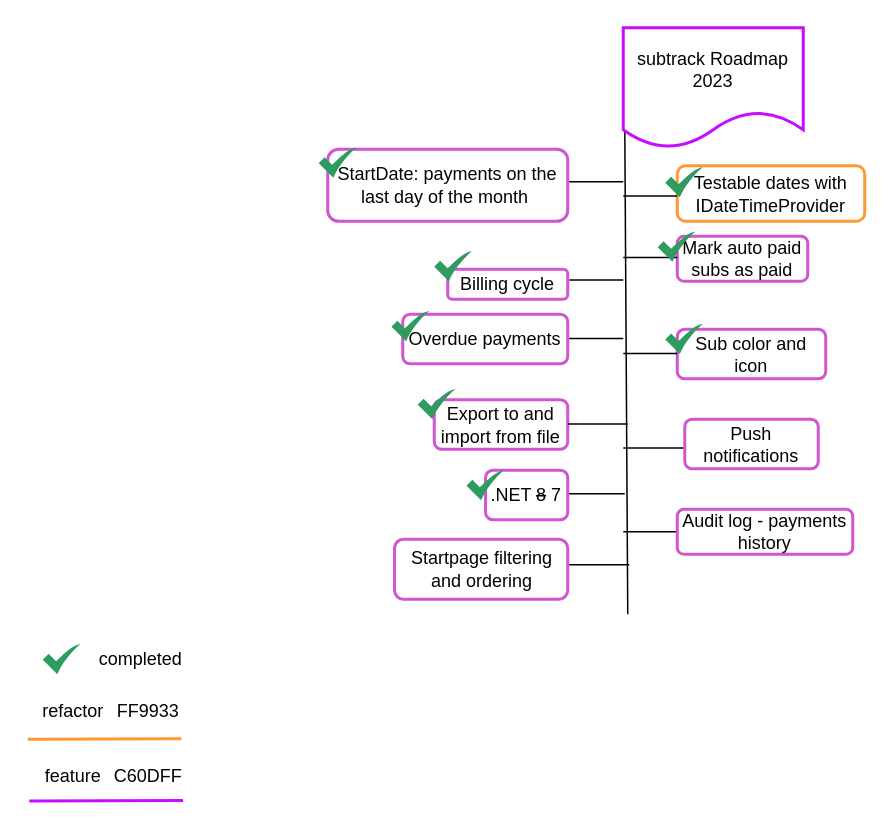
Above: docs/roadmap.drawio in Code2Gether-Discord/subtrack (draw.io), before the change. Source tidied: cells renumbered, new cells numbered last; positions are measured from the earlier drawing's top-left corner, leaving out a move shared by most shapes. Both pictures are drawn from the tidied source at 150%, with x=0, y=0 at pixel (27, 27).
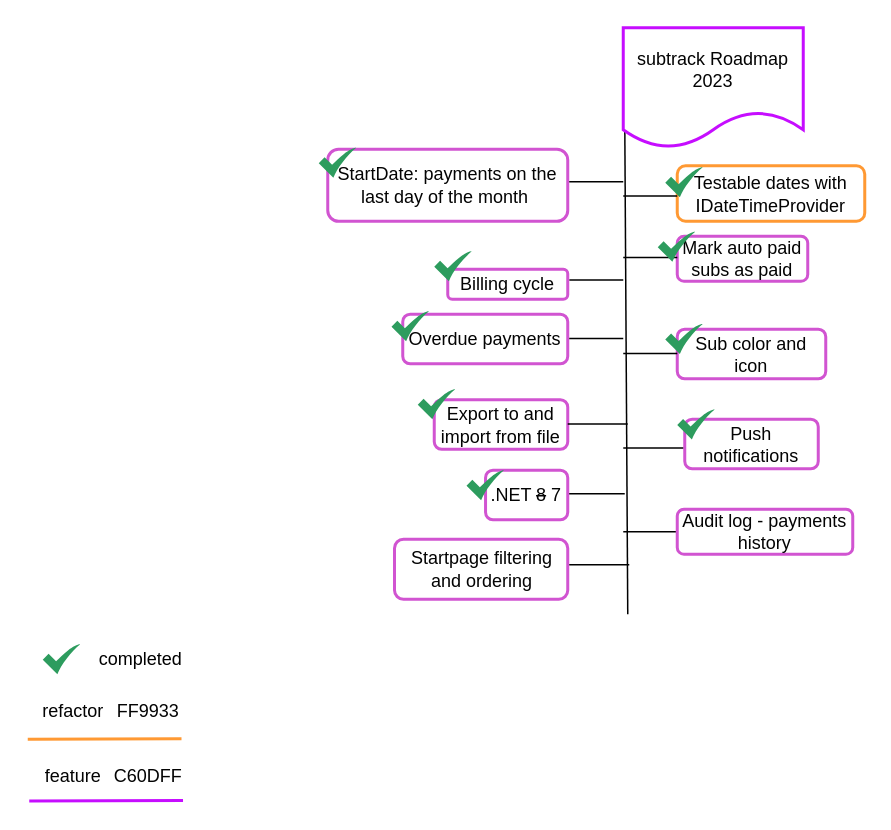
Above is the later version.

What changed in the source:
```diff
@@
+    <mxCell id="42" style="sketch=0;html=1;strokeColor=none;shadow=0;align=center;verticalAlign=top;fillColor=#2D9C5E;shape=mxgraph.gcp2.check;" parent="1" vertex="1">
+      <mxGeometry x="433" y="254.5" width="25" height="20" as="geometry" />
+    </mxCell>
```
